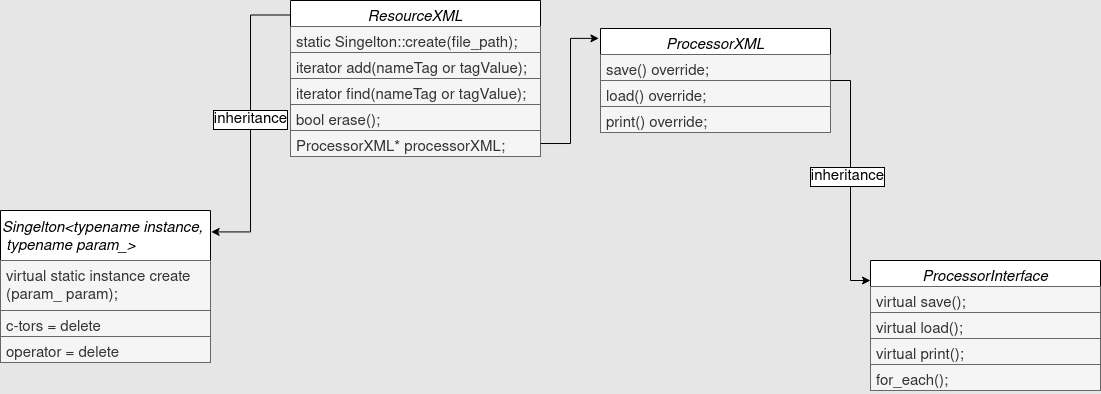
Earlier version of the draw.io export architecture.drawio.png (Ilsaffff/resource-xml). Source tidied: cells renumbered, new cells last; positions are measured from the earlier drawing's top-left corner, leaving out a move shared by most shapes.
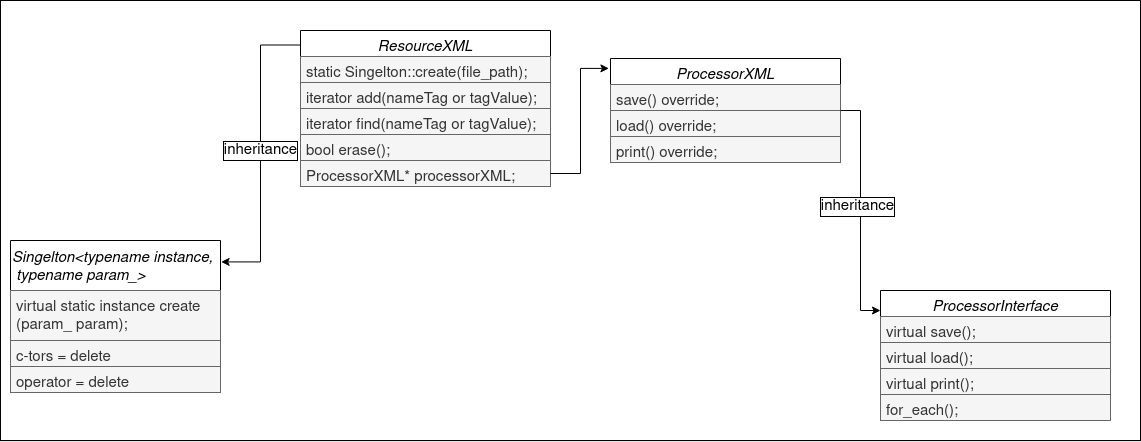
The same file after the commit.

The edit, as a diff of the source:
```diff
@@ -2,6 +2,9 @@
   <root>
     <mxCell id="0" />
     <mxCell id="1" parent="0" />
+    <mxCell id="26" style="rounded=0;whiteSpace=wrap;html=1;" parent="1" vertex="1">
+      <mxGeometry x="-10" y="-30" width="1140" height="440" as="geometry" />
+    </mxCell>
     <mxCell id="2" style="edgeStyle=orthogonalEdgeStyle;rounded=0;jettySize=auto;html=1;exitX=0.003;exitY=0.093;exitDx=0;exitDy=0;exitPerimeter=0;entryX=1.003;entryY=0.141;entryDx=0;entryDy=0;entryPerimeter=0;fontSize=15;" parent="1" edge="1" source="4" target="10">
       <mxGeometry relative="1" as="geometry" />
     </mxCell>
```
